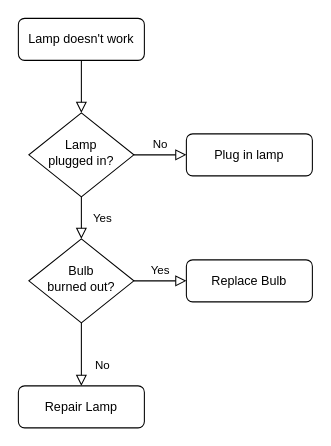
Manykeystrikes/Project-work keeps this draw.io diagram as Week 14 Folder/Untitled Diagram.drawio. Above is the earlier version. Source tidied: cells renumbered, new cells numbered last; positions are measured from the earlier drawing's top-left corner, leaving out a move shared by most shapes. Both pictures are drawn from the tidied source at 105%, with x=0, y=0 at pixel (18, 18).
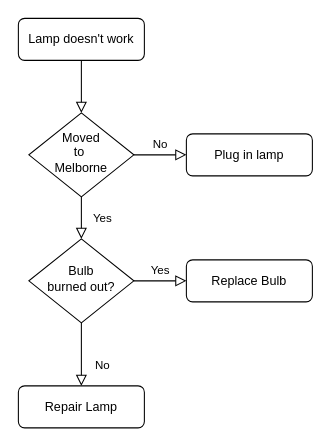
The same page after the edit.

The edit, as a diff of the source:
```diff
@@
 <mxGraphModel>
   <root>
     <mxCell id="0" />
     <mxCell id="1" parent="0" />
     <mxCell id="2" style="rounded=0;html=1;jettySize=auto;fontSize=11;endArrow=block;endFill=0;endSize=8;strokeWidth=1;shadow=0;labelBackgroundColor=none;edgeStyle=orthogonalEdgeStyle;" parent="1" edge="1" source="3" target="6">
       <mxGeometry relative="1" as="geometry" />
     </mxCell>
     <mxCell id="3" value="Lamp doesn't work" style="rounded=1;whiteSpace=wrap;html=1;fontSize=12;glass=0;strokeWidth=1;shadow=0;" parent="1" vertex="1">
       <mxGeometry width="120" height="40" as="geometry" />
     </mxCell>
     <mxCell id="4" value="Yes" style="rounded=0;html=1;jettySize=auto;fontSize=11;endArrow=block;endFill=0;endSize=8;strokeWidth=1;shadow=0;labelBackgroundColor=none;edgeStyle=orthogonalEdgeStyle;" parent="1" edge="1" source="6" target="10">
       <mxGeometry y="20" relative="1" as="geometry" />
     </mxCell>
     <mxCell id="5" value="No" style="edgeStyle=orthogonalEdgeStyle;rounded=0;html=1;jettySize=auto;fontSize=11;endArrow=block;endFill=0;endSize=8;strokeWidth=1;shadow=0;labelBackgroundColor=none;" parent="1" edge="1" source="6" target="7">
       <mxGeometry y="10" relative="1" as="geometry" />
     </mxCell>
-    <mxCell id="6" value="Lamp&lt;br&gt;plugged in?" style="rhombus;whiteSpace=wrap;html=1;shadow=0;fontFamily=Helvetica;fontSize=12;align=center;strokeWidth=1;spacing=6;spacingTop=-4;" parent="1" vertex="1">
+    <mxCell id="6" value="Moved&lt;br&gt;to&amp;nbsp;&lt;br&gt;Melborne" style="rhombus;whiteSpace=wrap;html=1;shadow=0;fontFamily=Helvetica;fontSize=12;align=center;strokeWidth=1;spacing=6;spacingTop=-4;" parent="1" vertex="1">
       <mxGeometry x="10" y="90" width="100" height="80" as="geometry" />
     </mxCell>
     <mxCell id="7" value="Plug in lamp" style="rounded=1;whiteSpace=wrap;html=1;fontSize=12;glass=0;strokeWidth=1;shadow=0;" parent="1" vertex="1">
       <mxGeometry x="160" y="110" width="120" height="40" as="geometry" />
     </mxCell>
     <mxCell id="8" value="No" style="rounded=0;html=1;jettySize=auto;fontSize=11;endArrow=block;endFill=0;endSize=8;strokeWidth=1;shadow=0;labelBackgroundColor=none;edgeStyle=orthogonalEdgeStyle;" parent="1" edge="1" source="10" target="11">
       <mxGeometry x="0.33" y="20" relative="1" as="geometry" />
     </mxCell>
     <mxCell id="9" value="Yes" style="edgeStyle=orthogonalEdgeStyle;rounded=0;html=1;jettySize=auto;fontSize=11;endArrow=block;endFill=0;endSize=8;strokeWidth=1;shadow=0;labelBackgroundColor=none;" parent="1" edge="1" source="10" target="12">
       <mxGeometry y="10" relative="1" as="geometry" />
     </mxCell>
     <mxCell id="10" value="Bulb&lt;br&gt;burned out?" style="rhombus;whiteSpace=wrap;html=1;shadow=0;fontFamily=Helvetica;fontSize=12;align=center;strokeWidth=1;spacing=6;spacingTop=-4;" parent="1" vertex="1">
       <mxGeometry x="10" y="210" width="100" height="80" as="geometry" />
     </mxCell>
     <mxCell id="11" value="Repair Lamp" style="rounded=1;whiteSpace=wrap;html=1;fontSize=12;glass=0;strokeWidth=1;shadow=0;" parent="1" vertex="1">
       <mxGeometry y="350" width="120" height="40" as="geometry" />
     </mxCell>
     <mxCell id="12" value="Replace Bulb" style="rounded=1;whiteSpace=wrap;html=1;fontSize=12;glass=0;strokeWidth=1;shadow=0;" parent="1" vertex="1">
       <mxGeometry x="160" y="230" width="120" height="40" as="geometry" />
     </mxCell>
   </root>
 </mxGraphModel>
```
